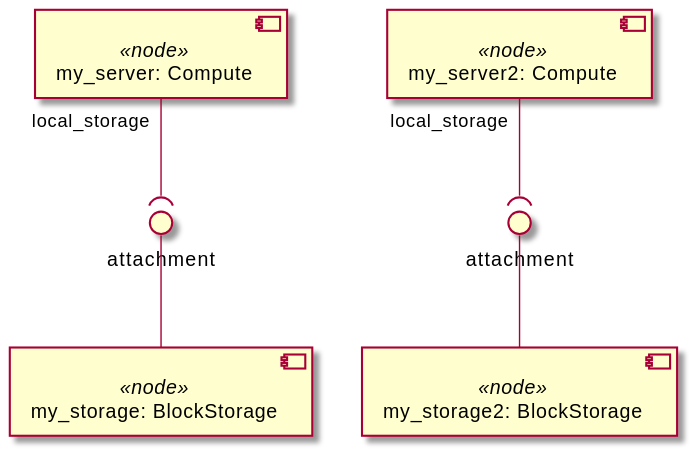
Orange-OpenSource/Cloudnet-TOSCA-toolbox keeps this PlantUML diagram as examples/ariatosca/diagrams/uml2/block-storage-6-1.0-uml2-component-diagram1.svg. Above is the earlier version. The source it was exported from:
```plantuml
@startuml
skinparam componentStyle uml2

component "my_server: Compute" <<node>> as node_my_server

component "my_storage: BlockStorage" <<node>> as node_my_storage

component "my_server2: Compute" <<node>> as node_my_server2

component "my_storage2: BlockStorage" <<node>> as node_my_storage2

interface "attachment" as node_my_storage_attachment
node_my_storage_attachment -- node_my_storage
node_my_server "local_storage" --( node_my_storage_attachment
interface "attachment" as node_my_storage2_attachment
node_my_storage2_attachment -- node_my_storage2
node_my_server2 "local_storage" --( node_my_storage2_attachment
@enduml
```
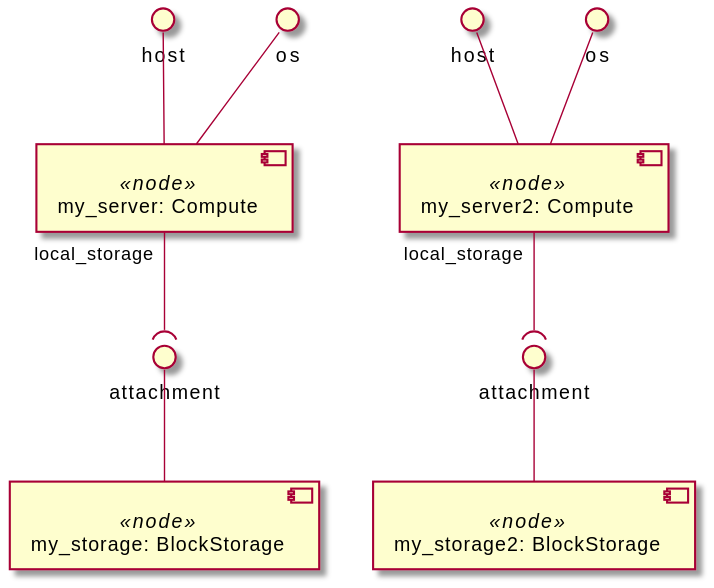
Above is the later version.

What changed in the source:
```diff
@@ -2,17 +2,25 @@
 skinparam componentStyle uml2
 
 component "my_server: Compute" <<node>> as node_my_server
+interface "host" as node_my_server_host
+node_my_server_host -- node_my_server
+interface "os" as node_my_server_os
+node_my_server_os -- node_my_server
 
 component "my_storage: BlockStorage" <<node>> as node_my_storage
+interface "attachment" as node_my_storage_attachment
+node_my_storage_attachment -- node_my_storage
 
 component "my_server2: Compute" <<node>> as node_my_server2
+interface "host" as node_my_server2_host
+node_my_server2_host -- node_my_server2
+interface "os" as node_my_server2_os
+node_my_server2_os -- node_my_server2
 
 component "my_storage2: BlockStorage" <<node>> as node_my_storage2
-
-interface "attachment" as node_my_storage_attachment
-node_my_storage_attachment -- node_my_storage
-node_my_server "local_storage" --( node_my_storage_attachment
 interface "attachment" as node_my_storage2_attachment
 node_my_storage2_attachment -- node_my_storage2
+
+node_my_server "local_storage" --( node_my_storage_attachment
 node_my_server2 "local_storage" --( node_my_storage2_attachment
 @enduml
```
